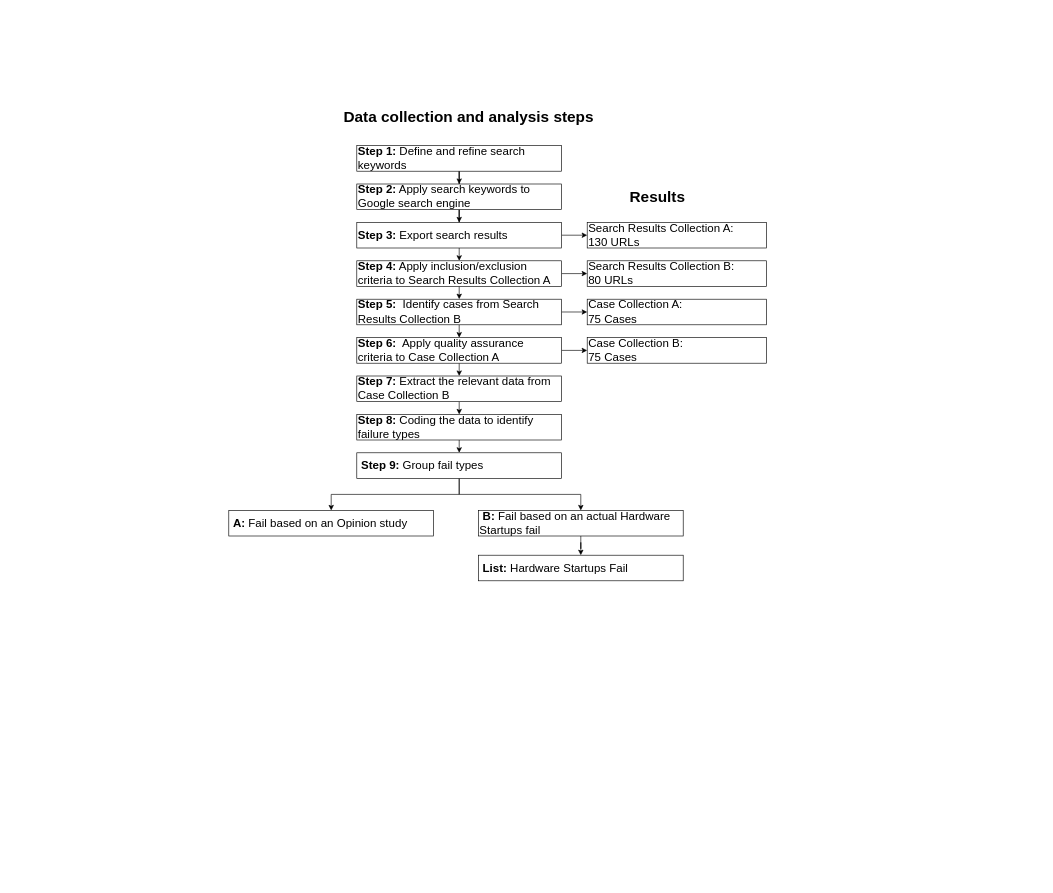
This is Diagrams/Diagram.drawio from HeiderJeffer/Gilgamesh, a draw.io file, before an edit. Source tidied: cells renumbered, new cells numbered last; positions are measured from the earlier drawing's top-left corner, leaving out a move shared by most shapes. Both pictures are drawn from the tidied source at 64%, with x=0, y=0 at pixel (228, 94).
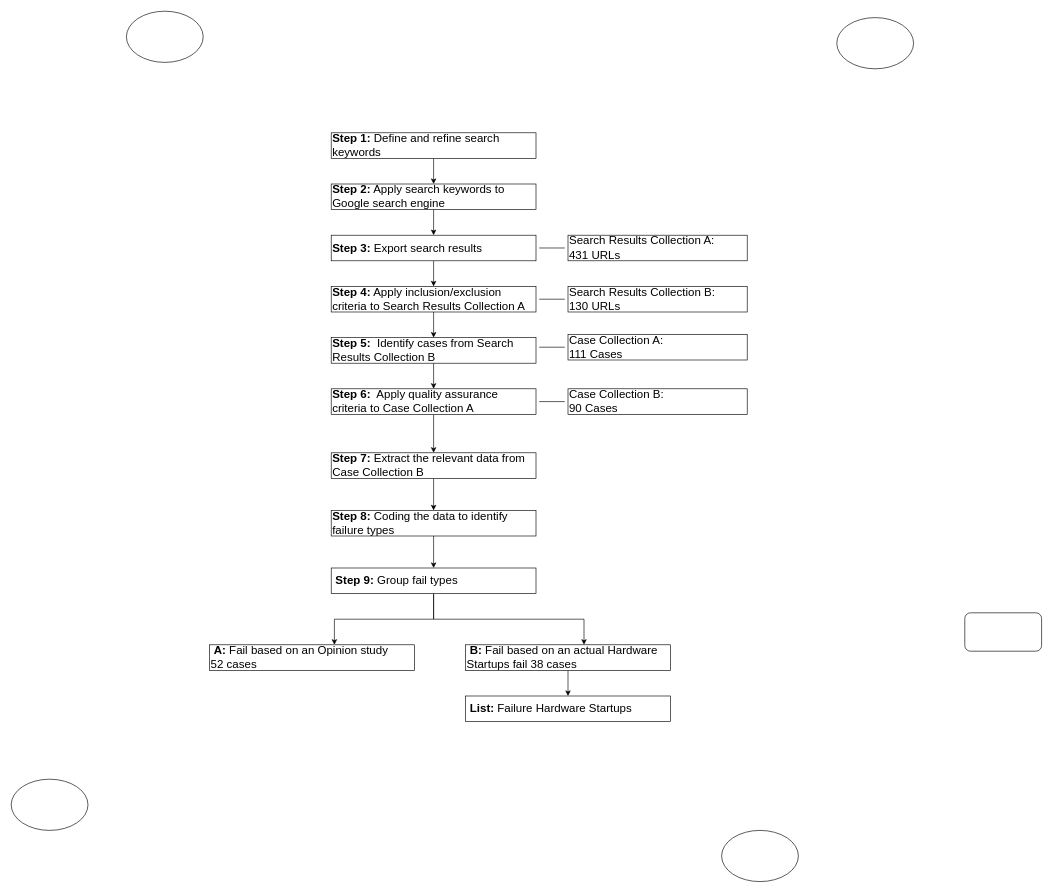
After the change.

The edit, as a diff of the source:
```diff
@@
     <mxCell id="3" value="&lt;span style=&quot;white-space: normal&quot;&gt;&lt;font style=&quot;font-size: 18px&quot;&gt;&lt;b&gt;Step 1:&lt;/b&gt; Define and refine search keywords&lt;/font&gt;&lt;/span&gt;" style="rounded=0;whiteSpace=wrap;html=1;align=left;" parent="1" vertex="1">
-      <mxGeometry x="200" y="80" width="320" height="40" as="geometry" />
+      <mxGeometry x="160" y="60" width="320" height="40" as="geometry" />
     </mxCell>
@@
     <mxCell id="5" value="&lt;font style=&quot;font-size: 18px&quot;&gt;&lt;b&gt;Step 2:&lt;/b&gt; Apply search keywords to Google search engine&lt;/font&gt;" style="rounded=0;whiteSpace=wrap;html=1;align=left;" parent="1" vertex="1">
-      <mxGeometry x="200" y="140" width="320" height="40" as="geometry" />
+      <mxGeometry x="160" y="140" width="320" height="40" as="geometry" />
     </mxCell>
@@
-    <mxCell id="7" style="edgeStyle=orthogonalEdgeStyle;rounded=0;jettySize=auto;html=1;entryX=0;entryY=0.5;entryDx=0;entryDy=0;" parent="1" edge="1" source="8" target="26">
-      <mxGeometry relative="1" as="geometry" />
-    </mxCell>
     <mxCell id="8" value="&lt;font style=&quot;font-size: 18px&quot;&gt;&lt;b&gt;Step 3:&lt;/b&gt; Export search results&lt;/font&gt;" style="rounded=0;whiteSpace=wrap;html=1;align=left;" parent="1" vertex="1">
-      <mxGeometry x="200" y="200" width="320" height="40" as="geometry" />
+      <mxGeometry x="160" y="220" width="320" height="40" as="geometry" />
     </mxCell>
@@
-    <mxCell id="10" style="edgeStyle=orthogonalEdgeStyle;rounded=0;jettySize=auto;html=1;exitX=1;exitY=0.5;exitDx=0;exitDy=0;entryX=0;entryY=0.5;entryDx=0;entryDy=0;" parent="1" edge="1" source="11" target="27">
-      <mxGeometry relative="1" as="geometry" />
-    </mxCell>
     <mxCell id="11" value="&lt;font style=&quot;font-size: 18px&quot;&gt;&lt;b&gt;Step 4:&lt;/b&gt; Apply inclusion/exclusion criteria to Search Results Collection A&lt;/font&gt;" style="rounded=0;whiteSpace=wrap;html=1;align=left;" parent="1" vertex="1">
-      <mxGeometry x="200" y="260" width="320" height="40" as="geometry" />
+      <mxGeometry x="160" y="300" width="320" height="40" as="geometry" />
     </mxCell>
@@
-    <mxCell id="13" style="edgeStyle=orthogonalEdgeStyle;rounded=0;jettySize=auto;html=1;entryX=0;entryY=0.5;entryDx=0;entryDy=0;" parent="1" edge="1" source="14" target="28">
-      <mxGeometry relative="1" as="geometry" />
-    </mxCell>
     <mxCell id="14" value="&lt;font style=&quot;font-size: 18px&quot;&gt;&lt;b&gt;Step 5:&lt;/b&gt;&amp;nbsp; Identify cases from Search Results Collection B&lt;/font&gt;" style="rounded=0;whiteSpace=wrap;html=1;align=left;" parent="1" vertex="1">
-      <mxGeometry x="200" y="320" width="320" height="40" as="geometry" />
+      <mxGeometry x="160" y="380" width="320" height="40" as="geometry" />
     </mxCell>
@@
-    <mxCell id="16" style="edgeStyle=orthogonalEdgeStyle;rounded=0;jettySize=auto;html=1;exitX=1;exitY=0.5;exitDx=0;exitDy=0;entryX=0;entryY=0.5;entryDx=0;entryDy=0;" parent="1" edge="1" source="17" target="29">
-      <mxGeometry relative="1" as="geometry" />
-    </mxCell>
     <mxCell id="17" value="&lt;font style=&quot;font-size: 18px&quot;&gt;&lt;b&gt;Step 6:&lt;/b&gt;&amp;nbsp; Apply quality assurance criteria to Case Collection A&lt;/font&gt;" style="rounded=0;whiteSpace=wrap;html=1;align=left;" parent="1" vertex="1">
-      <mxGeometry x="200" y="380" width="320" height="40" as="geometry" />
+      <mxGeometry x="160" y="460" width="320" height="40" as="geometry" />
     </mxCell>
@@
     <mxCell id="19" value="&lt;font style=&quot;font-size: 18px&quot;&gt;&lt;b&gt;Step 7:&lt;/b&gt; Extract the relevant data from Case Collection B&lt;/font&gt;" style="rounded=0;whiteSpace=wrap;html=1;align=left;" parent="1" vertex="1">
-      <mxGeometry x="200" y="440" width="320" height="40" as="geometry" />
+      <mxGeometry x="160" y="560" width="320" height="40" as="geometry" />
     </mxCell>
@@
     <mxCell id="21" value="&lt;font style=&quot;font-size: 18px&quot;&gt;&lt;b&gt;Step 8:&lt;/b&gt; Coding the data to identify failure types&lt;/font&gt;" style="rounded=0;whiteSpace=wrap;html=1;align=left;" parent="1" vertex="1">
-      <mxGeometry x="200" y="500" width="320" height="40" as="geometry" />
+      <mxGeometry x="160" y="650" width="320" height="40" as="geometry" />
     </mxCell>
     <mxCell id="22" style="edgeStyle=orthogonalEdgeStyle;rounded=0;jettySize=auto;html=1;" parent="1" edge="1" source="24" target="31">
-      <mxGeometry relative="1" as="geometry" />
+      <mxGeometry relative="1" as="geometry">
+        <Array as="points">
+          <mxPoint x="320" y="820" />
+          <mxPoint x="555" y="820" />
+        </Array>
+      </mxGeometry>
     </mxCell>
     <mxCell id="23" style="edgeStyle=orthogonalEdgeStyle;rounded=0;jettySize=auto;html=1;exitX=0.5;exitY=1;exitDx=0;exitDy=0;" parent="1" edge="1" source="24" target="32">
-      <mxGeometry relative="1" as="geometry" />
+      <mxGeometry relative="1" as="geometry">
+        <Array as="points">
+          <mxPoint x="320" y="820" />
+          <mxPoint x="165" y="820" />
+        </Array>
+      </mxGeometry>
     </mxCell>
     <mxCell id="24" value="&lt;font style=&quot;font-size: 18px&quot;&gt;&lt;b&gt;&amp;nbsp;Step 9:&amp;nbsp;&lt;/b&gt;Group fail types&lt;/font&gt;" style="rounded=0;whiteSpace=wrap;html=1;align=left;" parent="1" vertex="1">
-      <mxGeometry x="200" y="560" width="320" height="40" as="geometry" />
+      <mxGeometry x="160" y="740" width="320" height="40" as="geometry" />
     </mxCell>
-    <mxCell id="25" value="&lt;b&gt;&lt;font style=&quot;font-size: 24px&quot;&gt;Results&lt;/font&gt;&lt;/b&gt;" style="text;html=1;strokeColor=none;fillColor=none;align=center;verticalAlign=middle;whiteSpace=wrap;rounded=0;" parent="1" vertex="1">
-      <mxGeometry x="610" y="140" width="120" height="40" as="geometry" />
-    </mxCell>
-    <mxCell id="26" value="&lt;font style=&quot;font-size: 18px&quot;&gt;Search Results Collection A:&lt;br&gt;130 URLs&lt;/font&gt;" style="rounded=0;whiteSpace=wrap;html=1;align=left;" parent="1" vertex="1">
-      <mxGeometry x="560" y="200" width="280" height="40" as="geometry" />
+    <mxCell id="26" value="&lt;font style=&quot;font-size: 18px&quot;&gt;Search Results Collection A:&lt;br&gt;431 URLs&lt;/font&gt;" style="rounded=0;whiteSpace=wrap;html=1;align=left;" parent="1" vertex="1">
+      <mxGeometry x="530" y="220" width="280" height="40" as="geometry" />
     </mxCell>
-    <mxCell id="27" value="&lt;font style=&quot;font-size: 18px&quot;&gt;Search Results Collection B:&lt;br&gt;80 URLs&lt;/font&gt;" style="rounded=0;whiteSpace=wrap;html=1;align=left;" parent="1" vertex="1">
-      <mxGeometry x="560" y="260" width="280" height="40" as="geometry" />
+    <mxCell id="27" value="&lt;font style=&quot;font-size: 18px&quot;&gt;Search Results Collection B:&lt;br&gt;130 URLs&lt;/font&gt;" style="rounded=0;whiteSpace=wrap;html=1;align=left;" parent="1" vertex="1">
+      <mxGeometry x="530" y="300" width="280" height="40" as="geometry" />
     </mxCell>
-    <mxCell id="28" value="&lt;font style=&quot;font-size: 18px&quot;&gt;Case Collection A:&lt;br&gt;75 Cases&lt;/font&gt;" style="rounded=0;whiteSpace=wrap;html=1;align=left;" parent="1" vertex="1">
-      <mxGeometry x="560" y="320" width="280" height="40" as="geometry" />
+    <mxCell id="28" value="&lt;font style=&quot;font-size: 18px&quot;&gt;Case Collection A:&lt;br&gt;111 Cases&lt;/font&gt;" style="rounded=0;whiteSpace=wrap;html=1;align=left;" parent="1" vertex="1">
+      <mxGeometry x="530" y="375" width="280" height="40" as="geometry" />
     </mxCell>
-    <mxCell id="29" value="&lt;font style=&quot;font-size: 18px&quot;&gt;Case Collection B:&lt;br&gt;75 Cases&lt;/font&gt;" style="rounded=0;whiteSpace=wrap;html=1;align=left;" parent="1" vertex="1">
-      <mxGeometry x="560" y="380" width="280" height="40" as="geometry" />
+    <mxCell id="29" value="&lt;font style=&quot;font-size: 18px&quot;&gt;Case Collection B:&lt;br&gt;90 Cases&lt;/font&gt;" style="rounded=0;whiteSpace=wrap;html=1;align=left;" parent="1" vertex="1">
+      <mxGeometry x="530" y="460" width="280" height="40" as="geometry" />
     </mxCell>
@@
-    <mxCell id="31" value="&lt;span style=&quot;font-size: 18px&quot;&gt;&lt;b&gt;&amp;nbsp;B:&lt;/b&gt; Fail based on an actual Hardware Startups fail&lt;/span&gt;" style="rounded=0;whiteSpace=wrap;html=1;align=left;" parent="1" vertex="1">
-      <mxGeometry x="390" y="650" width="320" height="40" as="geometry" />
+    <mxCell id="31" value="&lt;span style=&quot;font-size: 18px&quot;&gt;&lt;b&gt;&amp;nbsp;B:&lt;/b&gt; Fail based on an actual Hardware Startups fail 38 cases&lt;/span&gt;" style="rounded=0;whiteSpace=wrap;html=1;align=left;" parent="1" vertex="1">
+      <mxGeometry x="370" y="860" width="320" height="40" as="geometry" />
     </mxCell>
-    <mxCell id="32" value="&lt;span style=&quot;font-size: 18px&quot;&gt;&lt;b&gt;&amp;nbsp;A:&lt;/b&gt; Fail based on an Opinion study&lt;/span&gt;" style="rounded=0;whiteSpace=wrap;html=1;align=left;" parent="1" vertex="1">
-      <mxGeometry y="650" width="320" height="40" as="geometry" />
+    <mxCell id="32" value="&lt;span style=&quot;font-size: 18px&quot;&gt;&lt;b&gt;&amp;nbsp;A:&lt;/b&gt; Fail based on an Opinion study&lt;br&gt;52 cases&lt;br&gt;&lt;/span&gt;" style="rounded=0;whiteSpace=wrap;html=1;align=left;" parent="1" vertex="1">
+      <mxGeometry x="-30" y="860" width="320" height="40" as="geometry" />
     </mxCell>
-    <mxCell id="33" value="&lt;span style=&quot;font-size: 18px&quot;&gt;&amp;nbsp;&lt;b&gt;List: &lt;/b&gt;Hardware Startups Fail&lt;/span&gt;" style="rounded=0;whiteSpace=wrap;html=1;align=left;" parent="1" vertex="1">
-      <mxGeometry x="390" y="720" width="320" height="40" as="geometry" />
+    <mxCell id="33" value="&lt;span style=&quot;font-size: 18px&quot;&gt;&amp;nbsp;&lt;b&gt;List: &lt;/b&gt;Failure&amp;nbsp;Hardware Startups&lt;/span&gt;" style="rounded=0;whiteSpace=wrap;html=1;align=left;" parent="1" vertex="1">
+      <mxGeometry x="370" y="940" width="320" height="40" as="geometry" />
     </mxCell>
-    <mxCell id="34" value="&lt;span style=&quot;font-size: 24px&quot;&gt;&lt;b&gt;Data collection and analysis steps&lt;/b&gt;&lt;/span&gt;" style="text;html=1;strokeColor=none;fillColor=none;align=center;verticalAlign=middle;whiteSpace=wrap;rounded=0;" parent="1" vertex="1">
-      <mxGeometry x="110" width="530" height="70" as="geometry" />
-    </mxCell>
+    <mxCell id="35" style="rounded=1;whiteSpace=wrap;html=1;" parent="1" vertex="1">
+      <mxGeometry x="1150" y="810" width="120" height="60" as="geometry" />
+    </mxCell>
+    <mxCell id="36" style="line;strokeWidth=1;fillColor=none;align=left;verticalAlign=middle;spacingTop=-1;spacingLeft=3;spacingRight=3;labelPosition=right;" parent="1" vertex="1">
+      <mxGeometry x="485" y="285" width="40" height="70" as="geometry" />
+    </mxCell>
+    <mxCell id="37" style="line;strokeWidth=1;fillColor=none;align=left;verticalAlign=middle;spacingTop=-1;spacingLeft=3;spacingRight=3;labelPosition=right;" parent="1" vertex="1">
+      <mxGeometry x="485" y="360" width="40" height="70" as="geometry" />
+    </mxCell>
+    <mxCell id="38" style="line;strokeWidth=1;fillColor=none;align=left;verticalAlign=middle;spacingTop=-1;spacingLeft=3;spacingRight=3;labelPosition=right;" parent="1" vertex="1">
+      <mxGeometry x="485" y="205" width="40" height="70" as="geometry" />
+    </mxCell>
+    <mxCell id="39" style="line;strokeWidth=1;fillColor=none;align=left;verticalAlign=middle;spacingTop=-1;spacingLeft=3;spacingRight=3;labelPosition=right;" parent="1" vertex="1">
+      <mxGeometry x="485" y="445" width="40" height="70" as="geometry" />
+    </mxCell>
+    <mxCell id="40" style="ellipse;whiteSpace=wrap;html=1;" parent="1" vertex="1">
+      <mxGeometry x="770" y="1150" width="120" height="80" as="geometry" />
+    </mxCell>
+    <mxCell id="41" style="ellipse;whiteSpace=wrap;html=1;" parent="1" vertex="1">
+      <mxGeometry x="950" y="-120" width="120" height="80" as="geometry" />
+    </mxCell>
+    <mxCell id="42" style="ellipse;whiteSpace=wrap;html=1;" parent="1" vertex="1">
+      <mxGeometry x="-160" y="-130" width="120" height="80" as="geometry" />
+    </mxCell>
+    <mxCell id="43" style="ellipse;whiteSpace=wrap;html=1;" parent="1" vertex="1">
+      <mxGeometry x="-340" y="1070" width="120" height="80" as="geometry" />
+    </mxCell>
```
